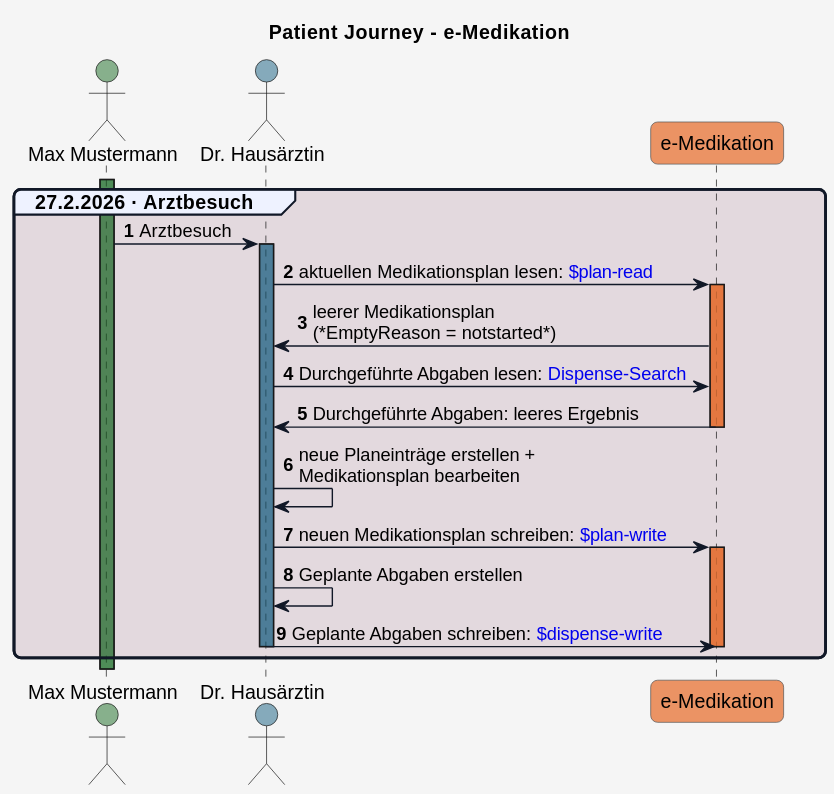
HL7Austria/ELGA-e-Medikation-R4 keeps this PlantUML diagram as input/images/plantuml/patient_journey_01.svg. Above is the earlier version. Source of this version:
```plantuml
@startuml
title Patient Journey - e-Medikation

skinparam borderColor #000000
skinparam backgroundColor #f5f5f5
skinparam shadowing false
skinparam roundCorner 10
skinparam defaultFontName "Arial"
skinparam defaultFontSize 14
skinparam defaultFontColor #000000

skinparam HyperlinkColor #0000EE
skinparam HyperlinkUnderline false

skinparam BoxPadding 20
skinparam BoxBorderColor #555555

skinparam note {
  BackgroundColor #e0e5f0-#d1d9e6
  BorderColor #8b95a5
  BorderThickness 1
  RoundCorner 0
  Padding 6
  FontColor #111827
  Shadowing false
}

skinparam sequence {
  ParticipantBorderColor #555555
  ParticipantBackgroundColor #ffffff
  ParticipantFontColor #000000
  ParticipantFontSize 14
  ParticipantPadding 20
  ArrowColor #111827
  ArrowThickness 1
  ArrowFontColor #000000
  ArrowFontSize 13
  GroupBorderColor #111827
  GroupBackgroundColor #eef2ff
  GroupBorderThickness 2
}

!define COLOR_GDA_1    #15608280
!define COLOR_GDA_2    #96607D80
!define COLOR_GDA_3    #beaf3c80
!define COLOR_PATIENT  #196B2480
!define COLOR_APO      #0F9ED590
!define COLOR_EMED_FA  #e97232bd
!define COLOR_OK       #0F9ED525
!define COLOR_ERROR    #E9713235


actor Patient as "Max Mustermann" COLOR_PATIENT
actor Arzt_1 as "Dr. Hausärztin" COLOR_GDA_1
participant eMed_FA as "e-Medikation" COLOR_EMED_FA

!define GROUP_ARZT          #96607D30
!define GROUP_APO           #0F9ED530
!define GROUP_KH           #beaf3c30
!define GROUP_PAT           #196B2430


autonumber

group GROUP_ARZT 27.2.2026 · Arztbesuch

  activate Patient COLOR_PATIENT
  Patient -> Arzt_1: Arztbesuch
  activate Arzt_1 COLOR_GDA_1


  Arzt_1 -> eMed_FA: aktuellen Medikationsplan lesen: [[Sub_UC_eMed_01.html#sub_uc_emed_01_01---aktuellen-medikationsplan-lesen-plan-read $plan-read]]
  activate eMed_FA COLOR_EMED_FA
  eMed_FA -> Arzt_1: leerer Medikationsplan\n(*EmptyReason = notstarted*)

  Arzt_1 -> eMed_FA: Durchgeführte Abgaben lesen: [[Sub_UC_eMed_03_02.html#sub_uc_emed_03_02---durchgeführte-abgaben-lesen-dispense-search Dispense-Search]]
  eMed_FA -> Arzt_1: Durchgeführte Abgaben: leeres Ergebnis






  deactivate eMed_FA


  Arzt_1 -> Arzt_1: neue Planeinträge erstellen +\nMedikationsplan bearbeiten

  Arzt_1 -> eMed_FA: neuen Medikationsplan schreiben: [[Sub_UC_eMed_02.html#sub_uc_emed_02_01---medikationsplan-schreiben-plan-write $plan-write]]

  activate eMed_FA COLOR_EMED_FA


  Arzt_1 -> Arzt_1: Geplante Abgaben erstellen

  Arzt_1 -> eMed_FA: Geplante Abgaben schreiben: [[Sub_UC_eMed_04.html#sub_uc_emed_04_01---geplante-abgabe-erstellen-prescription-write $dispense-write]]

  deactivate eMed_FA
  deactivate Arzt_1

end
@enduml
```
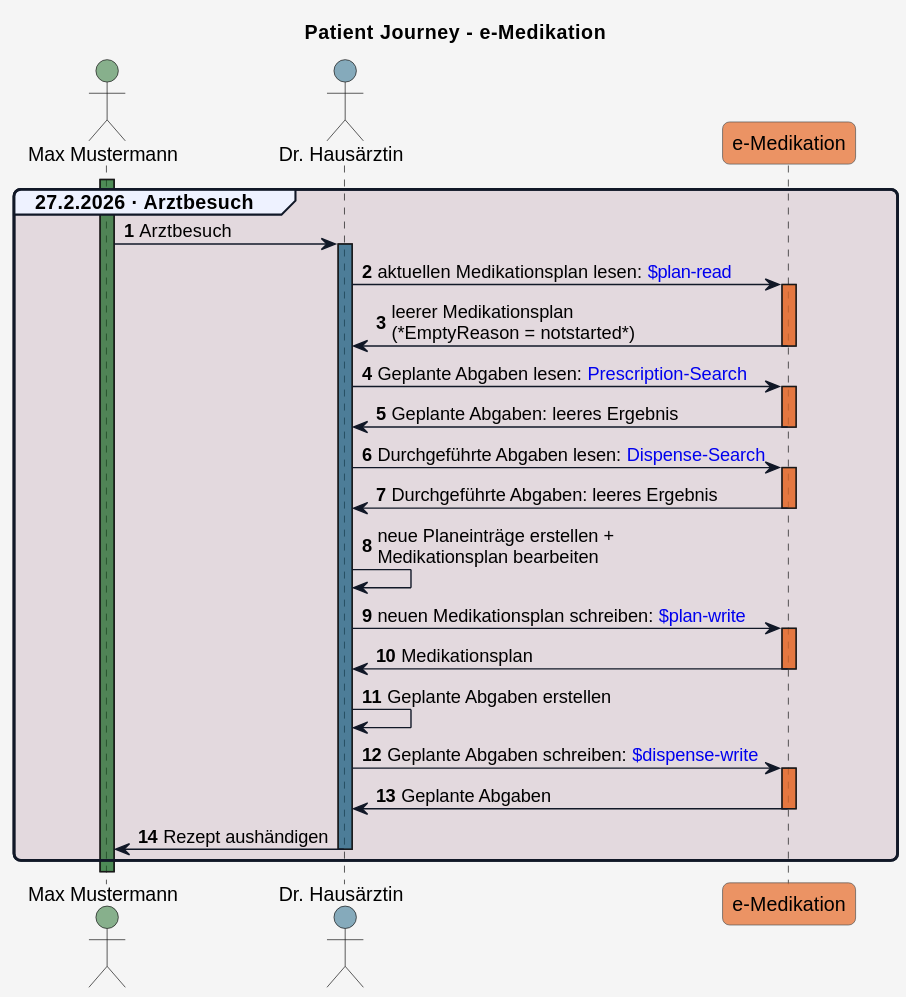
After the change.

What changed in the source:
```diff
@@ -72,30 +72,28 @@
   Arzt_1 -> eMed_FA: aktuellen Medikationsplan lesen: [[Sub_UC_eMed_01.html#sub_uc_emed_01_01---aktuellen-medikationsplan-lesen-plan-read $plan-read]]
   activate eMed_FA COLOR_EMED_FA
   eMed_FA -> Arzt_1: leerer Medikationsplan\n(*EmptyReason = notstarted*)
-
-  Arzt_1 -> eMed_FA: Durchgeführte Abgaben lesen: [[Sub_UC_eMed_03_02.html#sub_uc_emed_03_02---durchgeführte-abgaben-lesen-dispense-search Dispense-Search]]
+  deactivate eMed_FA
+  Arzt_1 -> eMed_FA: Geplante Abgaben lesen: [[Sub_UC_eMed_03.html#sub_uc_emed_03_01---geplante-abgaben-lesen-prescription-search Prescription-Search]]
+  activate eMed_FA COLOR_EMED_FA
+  eMed_FA -> Arzt_1: Geplante Abgaben: leeres Ergebnis
+  deactivate eMed_FA
+  Arzt_1 -> eMed_FA: Durchgeführte Abgaben lesen: [[Sub_UC_eMed_03.html#sub_uc_emed_03_02---durchgeführte-abgaben-lesen-dispense-search Dispense-Search]]
+  activate eMed_FA COLOR_EMED_FA
   eMed_FA -> Arzt_1: Durchgeführte Abgaben: leeres Ergebnis
-
-
-
-
-
-
   deactivate eMed_FA
 
-
   Arzt_1 -> Arzt_1: neue Planeinträge erstellen +\nMedikationsplan bearbeiten
-
   Arzt_1 -> eMed_FA: neuen Medikationsplan schreiben: [[Sub_UC_eMed_02.html#sub_uc_emed_02_01---medikationsplan-schreiben-plan-write $plan-write]]
-
   activate eMed_FA COLOR_EMED_FA
-
+  eMed_FA -> Arzt_1: Medikationsplan
+  deactivate eMed_FA
 
   Arzt_1 -> Arzt_1: Geplante Abgaben erstellen
-
   Arzt_1 -> eMed_FA: Geplante Abgaben schreiben: [[Sub_UC_eMed_04.html#sub_uc_emed_04_01---geplante-abgabe-erstellen-prescription-write $dispense-write]]
-
+  activate eMed_FA COLOR_EMED_FA
+  eMed_FA -> Arzt_1: Geplante Abgaben
   deactivate eMed_FA
+  Arzt_1 -> Patient: Rezept aushändigen
   deactivate Arzt_1
 
 end
```
